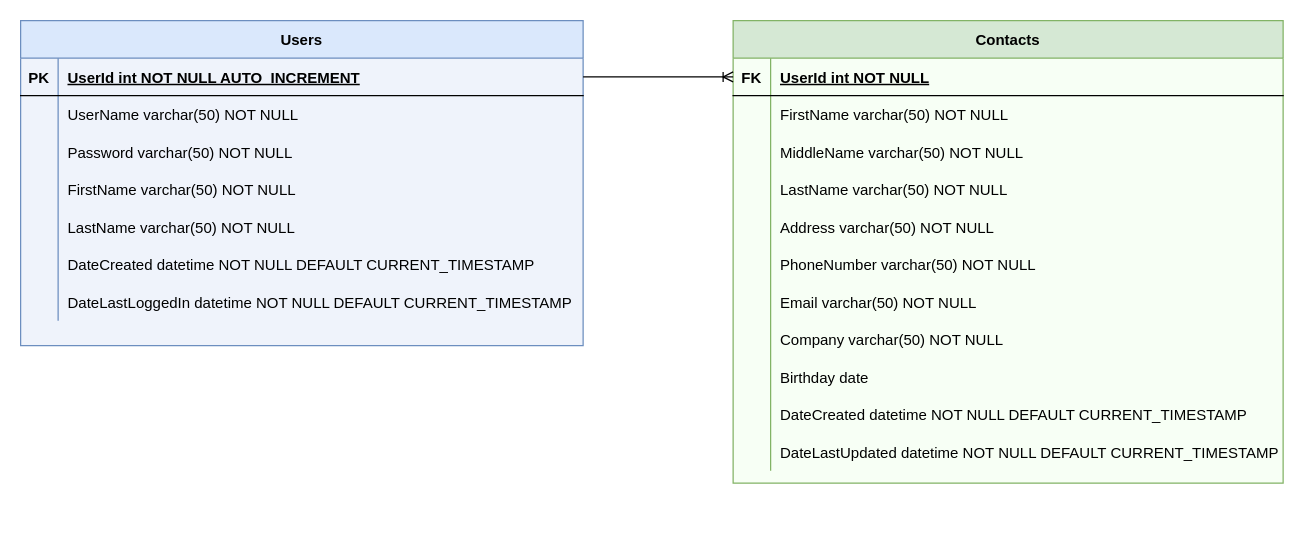
Monstarules/ucf-cop4331-connectus keeps this draw.io diagram as ERD/ConnectUs-ERD.drawio. Above is the earlier version. Source tidied: cells renumbered, new cells numbered last; positions are measured from the earlier drawing's top-left corner, leaving out a move shared by most shapes. Both pictures are drawn from the tidied source at 125%, with x=0, y=0 at pixel (20, 20).
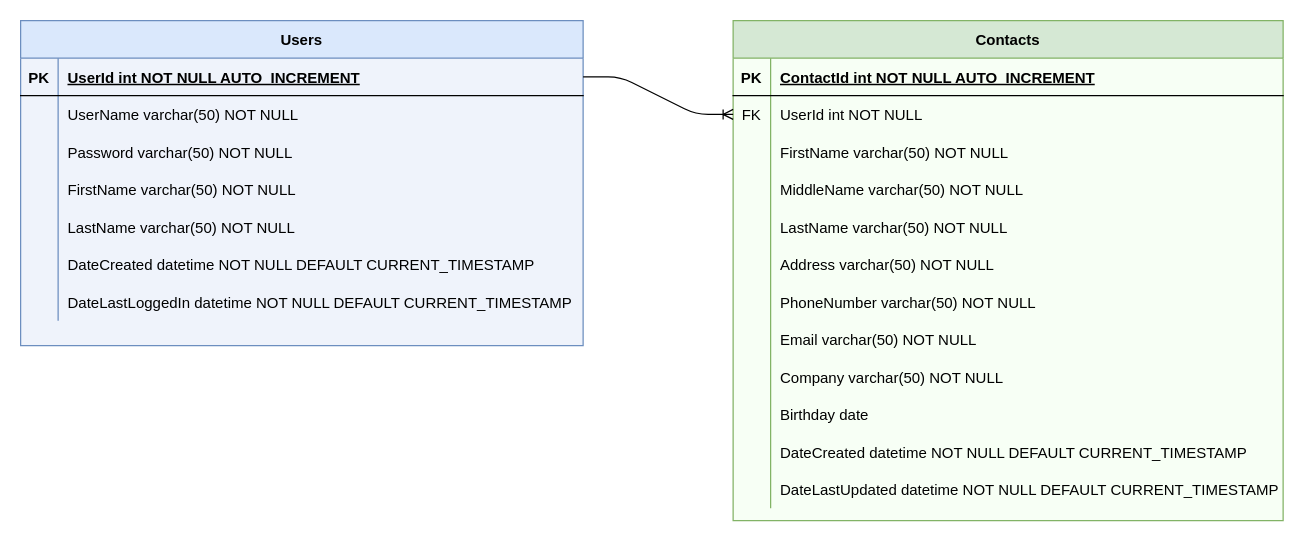
Above is the later version.

Unchanged cells that the change refers to:
```xml
<mxCell id="3" style="shape=partialRectangle;fillColor=none;points=[[0,0.5],[1,0.5]];portConstraint=eastwest;top=0;left=0;right=0;bottom=1;" parent="2" vertex="1">
  <mxGeometry y="30" width="440" height="30" as="geometry" />
</mxCell>
<mxCell id="6" style="shape=partialRectangle;fillColor=none;points=[[0,0.5],[1,0.5]];portConstraint=eastwest;top=0;left=0;right=0;bottom=0;" parent="2" vertex="1">
  <mxGeometry y="60" width="440" height="30" as="geometry" />
</mxCell>
<mxCell id="37" style="shape=partialRectangle;fillColor=none;points=[[0,0.5],[1,0.5]];portConstraint=eastwest;top=0;left=0;right=0;bottom=1;" parent="36" vertex="1">
  <mxGeometry y="30" width="450" height="30" as="geometry" />
</mxCell>
```

Diff of the diagram source:
```diff
@@
     <mxCell id="2" value="Contacts" style="shape=table;startSize=30;childLayout=tableLayout;rowLines=0;fontStyle=1;align=center;fillColor=#d5e8d4;strokeColor=#82b366;gradientDirection=south;swimlaneFillColor=#F7FFF5;" parent="1" vertex="1">
-      <mxGeometry x="570" width="440" height="370" as="geometry" />
+      <mxGeometry x="570" width="440" height="400" as="geometry" />
     </mxCell>
@@
-    <mxCell id="4" value="FK" style="shape=partialRectangle;overflow=hidden;fillColor=none;top=0;left=0;bottom=0;right=0;fontStyle=1;" parent="3" vertex="1">
+    <mxCell id="4" value="PK" style="shape=partialRectangle;overflow=hidden;fillColor=none;top=0;left=0;bottom=0;right=0;fontStyle=1;" parent="3" vertex="1">
       <mxGeometry width="30" height="30" as="geometry" />
     </mxCell>
-    <mxCell id="5" value="UserId int NOT NULL " style="shape=partialRectangle;overflow=hidden;fillColor=none;top=0;left=0;bottom=0;right=0;align=left;spacingLeft=6;fontStyle=5;" parent="3" vertex="1">
+    <mxCell id="5" value="ContactId int NOT NULL AUTO_INCREMENT" style="shape=partialRectangle;overflow=hidden;fillColor=none;top=0;left=0;bottom=0;right=0;align=left;spacingLeft=6;fontStyle=5;" parent="3" vertex="1">
       <mxGeometry x="30" width="410" height="30" as="geometry" />
     </mxCell>
@@
-    <mxCell id="7" style="shape=partialRectangle;overflow=hidden;fillColor=none;top=0;left=0;bottom=0;right=0;" parent="6" vertex="1">
+    <mxCell id="7" value="FK" style="shape=partialRectangle;overflow=hidden;fillColor=none;top=0;left=0;bottom=0;right=0;" parent="6" vertex="1">
       <mxGeometry width="30" height="30" as="geometry" />
     </mxCell>
-    <mxCell id="8" value="FirstName varchar(50) NOT NULL" style="shape=partialRectangle;overflow=hidden;fillColor=none;top=0;left=0;bottom=0;right=0;align=left;spacingLeft=6;" parent="6" vertex="1">
+    <mxCell id="8" value="UserId int NOT NULL" style="shape=partialRectangle;overflow=hidden;fillColor=none;top=0;left=0;bottom=0;right=0;align=left;spacingLeft=6;" parent="6" vertex="1">
       <mxGeometry x="30" width="410" height="30" as="geometry" />
     </mxCell>
+    <mxCell id="59" style="shape=partialRectangle;fillColor=none;top=0;left=0;right=0;bottom=0;" parent="2" vertex="1">
+      <mxGeometry y="90" width="440" height="30" as="geometry" />
+    </mxCell>
+    <mxCell id="60" style="shape=partialRectangle;overflow=hidden;fillColor=none;top=0;left=0;bottom=0;right=0;" parent="59" vertex="1">
+      <mxGeometry width="30" height="30" as="geometry" />
+    </mxCell>
+    <mxCell id="61" value="FirstName varchar(50) NOT NULL" style="shape=partialRectangle;overflow=hidden;fillColor=none;top=0;left=0;bottom=0;right=0;align=left;spacingLeft=6;" parent="59" vertex="1">
+      <mxGeometry x="30" width="410" height="30" as="geometry" />
+    </mxCell>
     <mxCell id="9" style="shape=partialRectangle;fillColor=none;top=0;left=0;right=0;bottom=0;" parent="2" vertex="1">
-      <mxGeometry y="90" width="440" height="30" as="geometry" />
+      <mxGeometry y="120" width="440" height="30" as="geometry" />
     </mxCell>
@@
     <mxCell id="12" style="shape=partialRectangle;fillColor=none;top=0;left=0;right=0;bottom=0;" parent="2" vertex="1">
-      <mxGeometry y="120" width="440" height="30" as="geometry" />
+      <mxGeometry y="150" width="440" height="30" as="geometry" />
     </mxCell>
@@
     <mxCell id="15" style="shape=partialRectangle;fillColor=none;top=0;left=0;right=0;bottom=0;" parent="2" vertex="1">
-      <mxGeometry y="150" width="440" height="30" as="geometry" />
+      <mxGeometry y="180" width="440" height="30" as="geometry" />
     </mxCell>
@@
     <mxCell id="18" style="shape=partialRectangle;fillColor=none;top=0;left=0;right=0;bottom=0;" parent="2" vertex="1">
-      <mxGeometry y="180" width="440" height="30" as="geometry" />
+      <mxGeometry y="210" width="440" height="30" as="geometry" />
     </mxCell>
@@
     <mxCell id="21" style="shape=partialRectangle;fillColor=none;top=0;left=0;right=0;bottom=0;" parent="2" vertex="1">
-      <mxGeometry y="210" width="440" height="30" as="geometry" />
+      <mxGeometry y="240" width="440" height="30" as="geometry" />
     </mxCell>
@@
     <mxCell id="24" style="shape=partialRectangle;fillColor=none;top=0;left=0;right=0;bottom=0;" parent="2" vertex="1">
-      <mxGeometry y="240" width="440" height="30" as="geometry" />
+      <mxGeometry y="270" width="440" height="30" as="geometry" />
     </mxCell>
@@
     <mxCell id="27" style="shape=partialRectangle;fillColor=none;top=0;left=0;right=0;bottom=0;" parent="2" vertex="1">
-      <mxGeometry y="270" width="440" height="30" as="geometry" />
+      <mxGeometry y="300" width="440" height="30" as="geometry" />
     </mxCell>
@@
     <mxCell id="30" style="shape=partialRectangle;fillColor=none;top=0;left=0;right=0;bottom=0;" parent="2" vertex="1">
-      <mxGeometry y="300" width="440" height="30" as="geometry" />
+      <mxGeometry y="330" width="440" height="30" as="geometry" />
     </mxCell>
@@
     <mxCell id="33" style="shape=partialRectangle;fillColor=none;top=0;left=0;right=0;bottom=0;" parent="2" vertex="1">
-      <mxGeometry y="330" width="440" height="30" as="geometry" />
+      <mxGeometry y="360" width="440" height="30" as="geometry" />
     </mxCell>
@@
-    <mxCell id="58" style="edgeStyle=entityRelationEdgeStyle;fontSize=12;html=1;endArrow=ERoneToMany;entryX=0;entryY=0.5;entryDx=0;entryDy=0;" parent="1" edge="1" source="37" target="3">
+    <mxCell id="58" style="edgeStyle=entityRelationEdgeStyle;fontSize=12;html=1;endArrow=ERoneToMany;entryX=0;entryY=0.5;entryDx=0;entryDy=0;" parent="1" edge="1" source="37" target="6">
       <mxGeometry relative="1" as="geometry" />
     </mxCell>
```
